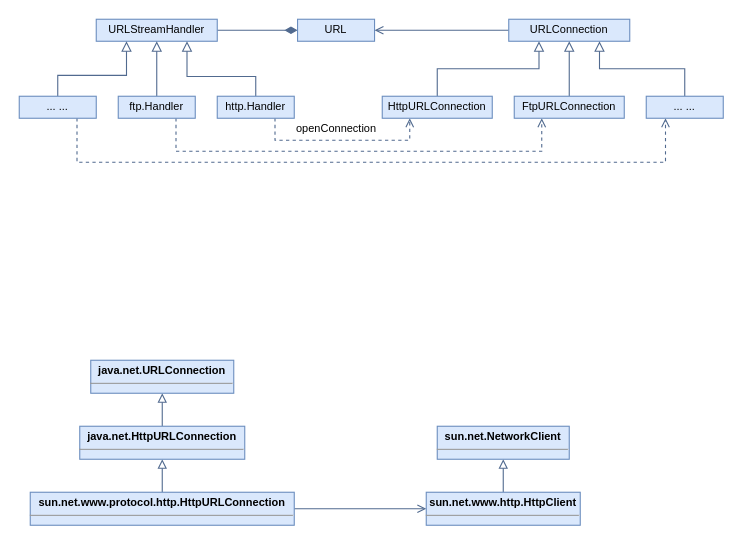
Earlier version of the draw.io diagram page "URL" (3 of 3) of drawio/feign.drawio (eocoo/eocoo.github.io). Source tidied: cells renumbered, new cells numbered last; positions are measured from the earlier drawing's top-left corner, leaving out a move shared by most shapes. Both pictures are drawn from the tidied source at 110%, with x=0, y=0 at pixel (19, 19).
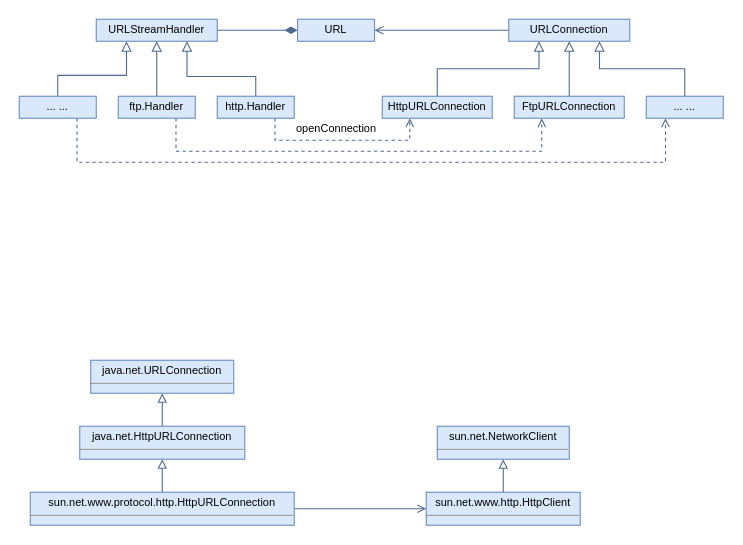
After the change.

Diff of the diagram source:
```diff
@@
-    <mxCell id="2" style="edgeStyle=orthogonalEdgeStyle;shape=connector;rounded=0;jettySize=auto;html=1;exitX=0.5;exitY=0;exitDx=0;exitDy=0;entryX=0.5;entryY=1;entryDx=0;entryDy=0;labelBackgroundColor=default;strokeColor=#516A8F;fontFamily=Helvetica;fontSize=11;fontColor=default;endArrow=block;endFill=0;endSize=6;" parent="1" edge="1" source="4" target="27">
+    <mxCell id="2" style="edgeStyle=orthogonalEdgeStyle;shape=connector;rounded=0;jettySize=auto;html=1;exitX=0.5;exitY=0;exitDx=0;exitDy=0;entryX=0.5;entryY=1;entryDx=0;entryDy=0;labelBackgroundColor=default;strokeColor=#516A8F;fontFamily=Helvetica;fontSize=11;fontColor=default;endArrow=block;endFill=0;endSize=6;fontStyle=0;" parent="1" edge="1" source="4" target="27">
       <mxGeometry relative="1" as="geometry" />
     </mxCell>
-    <mxCell id="3" style="edgeStyle=orthogonalEdgeStyle;shape=connector;rounded=0;jettySize=auto;html=1;exitX=1;exitY=0.5;exitDx=0;exitDy=0;entryX=0;entryY=0.5;entryDx=0;entryDy=0;labelBackgroundColor=default;strokeColor=#516A8F;fontFamily=Helvetica;fontSize=11;fontColor=default;endArrow=open;endFill=0;endSize=6;" parent="1" edge="1" source="4" target="30">
+    <mxCell id="3" style="edgeStyle=orthogonalEdgeStyle;shape=connector;rounded=0;jettySize=auto;html=1;exitX=1;exitY=0.5;exitDx=0;exitDy=0;entryX=0;entryY=0.5;entryDx=0;entryDy=0;labelBackgroundColor=default;strokeColor=#516A8F;fontFamily=Helvetica;fontSize=11;fontColor=default;endArrow=open;endFill=0;endSize=6;fontStyle=0;" parent="1" edge="1" source="4" target="30">
       <mxGeometry relative="1" as="geometry" />
     </mxCell>
-    <mxCell id="4" value="&lt;p style=&quot;margin: 4px 0px 0px;&quot;&gt;&lt;b&gt;sun.net.www.protocol.http.HttpURLConnection&lt;/b&gt;&lt;br&gt;&lt;/p&gt;&lt;hr size=&quot;1&quot;&gt;&lt;div style=&quot;height:2px;&quot;&gt;&lt;br&gt;&lt;/div&gt;" style="verticalAlign=top;align=center;overflow=fill;fontSize=10;fontFamily=Helvetica;html=1;whiteSpace=wrap;fillColor=#dae8fc;strokeColor=#6c8ebf;" parent="1" vertex="1">
+    <mxCell id="4" value="&lt;p style=&quot;margin: 4px 0px 0px;&quot;&gt;&lt;span&gt;sun.net.www.protocol.http.HttpURLConnection&lt;/span&gt;&lt;br&gt;&lt;/p&gt;&lt;hr size=&quot;1&quot;&gt;&lt;div style=&quot;height:2px;&quot;&gt;&lt;br&gt;&lt;/div&gt;" style="verticalAlign=top;align=center;overflow=fill;fontSize=10;fontFamily=Helvetica;html=1;whiteSpace=wrap;fillColor=#dae8fc;strokeColor=#6c8ebf;fontStyle=0;" parent="1" vertex="1">
       <mxGeometry x="10" y="430" width="240" height="30" as="geometry" />
     </mxCell>
@@
-    <mxCell id="26" style="edgeStyle=orthogonalEdgeStyle;shape=connector;rounded=0;jettySize=auto;html=1;exitX=0.5;exitY=0;exitDx=0;exitDy=0;entryX=0.5;entryY=1;entryDx=0;entryDy=0;labelBackgroundColor=default;strokeColor=#516A8F;fontFamily=Helvetica;fontSize=11;fontColor=default;endArrow=block;endFill=0;endSize=6;" parent="1" edge="1" source="27" target="28">
+    <mxCell id="26" style="edgeStyle=orthogonalEdgeStyle;shape=connector;rounded=0;jettySize=auto;html=1;exitX=0.5;exitY=0;exitDx=0;exitDy=0;entryX=0.5;entryY=1;entryDx=0;entryDy=0;labelBackgroundColor=default;strokeColor=#516A8F;fontFamily=Helvetica;fontSize=11;fontColor=default;endArrow=block;endFill=0;endSize=6;fontStyle=0;" parent="1" edge="1" source="27" target="28">
       <mxGeometry relative="1" as="geometry" />
     </mxCell>
-    <mxCell id="27" value="&lt;p style=&quot;margin: 4px 0px 0px;&quot;&gt;&lt;b&gt;java.net.HttpURLConnection&lt;/b&gt;&lt;br&gt;&lt;/p&gt;&lt;hr size=&quot;1&quot;&gt;&lt;div style=&quot;height:2px;&quot;&gt;&lt;br&gt;&lt;/div&gt;" style="verticalAlign=top;align=center;overflow=fill;fontSize=10;fontFamily=Helvetica;html=1;whiteSpace=wrap;fillColor=#dae8fc;strokeColor=#6c8ebf;" parent="1" vertex="1">
+    <mxCell id="27" value="&lt;p style=&quot;margin: 4px 0px 0px;&quot;&gt;&lt;span&gt;java.net.HttpURLConnection&lt;/span&gt;&lt;br&gt;&lt;/p&gt;&lt;hr size=&quot;1&quot;&gt;&lt;div style=&quot;height:2px;&quot;&gt;&lt;br&gt;&lt;/div&gt;" style="verticalAlign=top;align=center;overflow=fill;fontSize=10;fontFamily=Helvetica;html=1;whiteSpace=wrap;fillColor=#dae8fc;strokeColor=#6c8ebf;fontStyle=0;" parent="1" vertex="1">
       <mxGeometry x="55" y="370" width="150" height="30" as="geometry" />
     </mxCell>
-    <mxCell id="28" value="&lt;p style=&quot;margin: 4px 0px 0px;&quot;&gt;&lt;b&gt;java.net.URLConnection&lt;/b&gt;&lt;br&gt;&lt;/p&gt;&lt;hr size=&quot;1&quot;&gt;&lt;div style=&quot;height:2px;&quot;&gt;&lt;br&gt;&lt;/div&gt;" style="verticalAlign=top;align=center;overflow=fill;fontSize=10;fontFamily=Helvetica;html=1;whiteSpace=wrap;fillColor=#dae8fc;strokeColor=#6c8ebf;" parent="1" vertex="1">
+    <mxCell id="28" value="&lt;p style=&quot;margin: 4px 0px 0px;&quot;&gt;&lt;span&gt;java.net.URLConnection&lt;/span&gt;&lt;br&gt;&lt;/p&gt;&lt;hr size=&quot;1&quot;&gt;&lt;div style=&quot;height:2px;&quot;&gt;&lt;br&gt;&lt;/div&gt;" style="verticalAlign=top;align=center;overflow=fill;fontSize=10;fontFamily=Helvetica;html=1;whiteSpace=wrap;fillColor=#dae8fc;strokeColor=#6c8ebf;fontStyle=0;" parent="1" vertex="1">
       <mxGeometry x="65" y="310" width="130" height="30" as="geometry" />
     </mxCell>
-    <mxCell id="29" style="edgeStyle=orthogonalEdgeStyle;shape=connector;rounded=0;jettySize=auto;html=1;exitX=0.5;exitY=0;exitDx=0;exitDy=0;entryX=0.5;entryY=1;entryDx=0;entryDy=0;labelBackgroundColor=default;strokeColor=#516A8F;fontFamily=Helvetica;fontSize=11;fontColor=default;endArrow=block;endFill=0;endSize=6;" parent="1" edge="1" source="30" target="31">
+    <mxCell id="29" style="edgeStyle=orthogonalEdgeStyle;shape=connector;rounded=0;jettySize=auto;html=1;exitX=0.5;exitY=0;exitDx=0;exitDy=0;entryX=0.5;entryY=1;entryDx=0;entryDy=0;labelBackgroundColor=default;strokeColor=#516A8F;fontFamily=Helvetica;fontSize=11;fontColor=default;endArrow=block;endFill=0;endSize=6;fontStyle=0;" parent="1" edge="1" source="30" target="31">
       <mxGeometry relative="1" as="geometry" />
     </mxCell>
-    <mxCell id="30" value="&lt;p style=&quot;margin: 4px 0px 0px;&quot;&gt;&lt;b&gt;sun.net.www.http.HttpClient&lt;/b&gt;&lt;br&gt;&lt;/p&gt;&lt;hr size=&quot;1&quot;&gt;&lt;div style=&quot;height:2px;&quot;&gt;&lt;br&gt;&lt;/div&gt;" style="verticalAlign=top;align=center;overflow=fill;fontSize=10;fontFamily=Helvetica;html=1;whiteSpace=wrap;fillColor=#dae8fc;strokeColor=#6c8ebf;" parent="1" vertex="1">
+    <mxCell id="30" value="&lt;p style=&quot;margin: 4px 0px 0px;&quot;&gt;&lt;span&gt;sun.net.www.http.HttpClient&lt;/span&gt;&lt;br&gt;&lt;/p&gt;&lt;hr size=&quot;1&quot;&gt;&lt;div style=&quot;height:2px;&quot;&gt;&lt;br&gt;&lt;/div&gt;" style="verticalAlign=top;align=center;overflow=fill;fontSize=10;fontFamily=Helvetica;html=1;whiteSpace=wrap;fillColor=#dae8fc;strokeColor=#6c8ebf;fontStyle=0;" parent="1" vertex="1">
       <mxGeometry x="370" y="430" width="140" height="30" as="geometry" />
     </mxCell>
-    <mxCell id="31" value="&lt;p style=&quot;margin: 4px 0px 0px;&quot;&gt;&lt;b&gt;sun.net.NetworkClient&lt;/b&gt;&lt;br&gt;&lt;/p&gt;&lt;hr size=&quot;1&quot;&gt;&lt;div style=&quot;height:2px;&quot;&gt;&lt;br&gt;&lt;/div&gt;" style="verticalAlign=top;align=center;overflow=fill;fontSize=10;fontFamily=Helvetica;html=1;whiteSpace=wrap;fillColor=#dae8fc;strokeColor=#6c8ebf;" parent="1" vertex="1">
+    <mxCell id="31" value="&lt;p style=&quot;margin: 4px 0px 0px;&quot;&gt;&lt;span&gt;sun.net.NetworkClient&lt;/span&gt;&lt;br&gt;&lt;/p&gt;&lt;hr size=&quot;1&quot;&gt;&lt;div style=&quot;height:2px;&quot;&gt;&lt;br&gt;&lt;/div&gt;" style="verticalAlign=top;align=center;overflow=fill;fontSize=10;fontFamily=Helvetica;html=1;whiteSpace=wrap;fillColor=#dae8fc;strokeColor=#6c8ebf;fontStyle=0;" parent="1" vertex="1">
       <mxGeometry x="380" y="370" width="120" height="30" as="geometry" />
     </mxCell>
```
